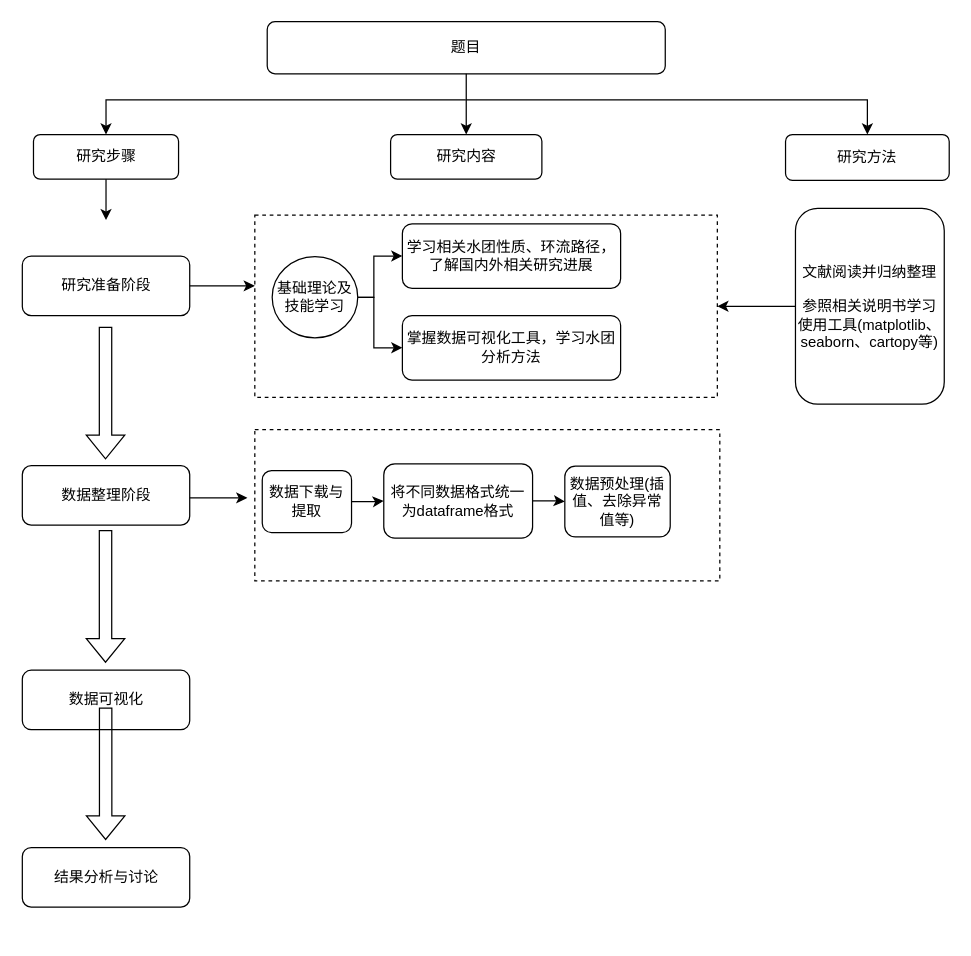
wcidftq/wcidftq keeps this draw.io diagram as 未命名绘图.drawio. Above is the earlier version. Source tidied: cells renumbered, new cells numbered last; positions are measured from the earlier drawing's top-left corner, leaving out a move shared by most shapes. Both pictures are drawn from the tidied source at 124%, with x=0, y=0 at pixel (22, 21).
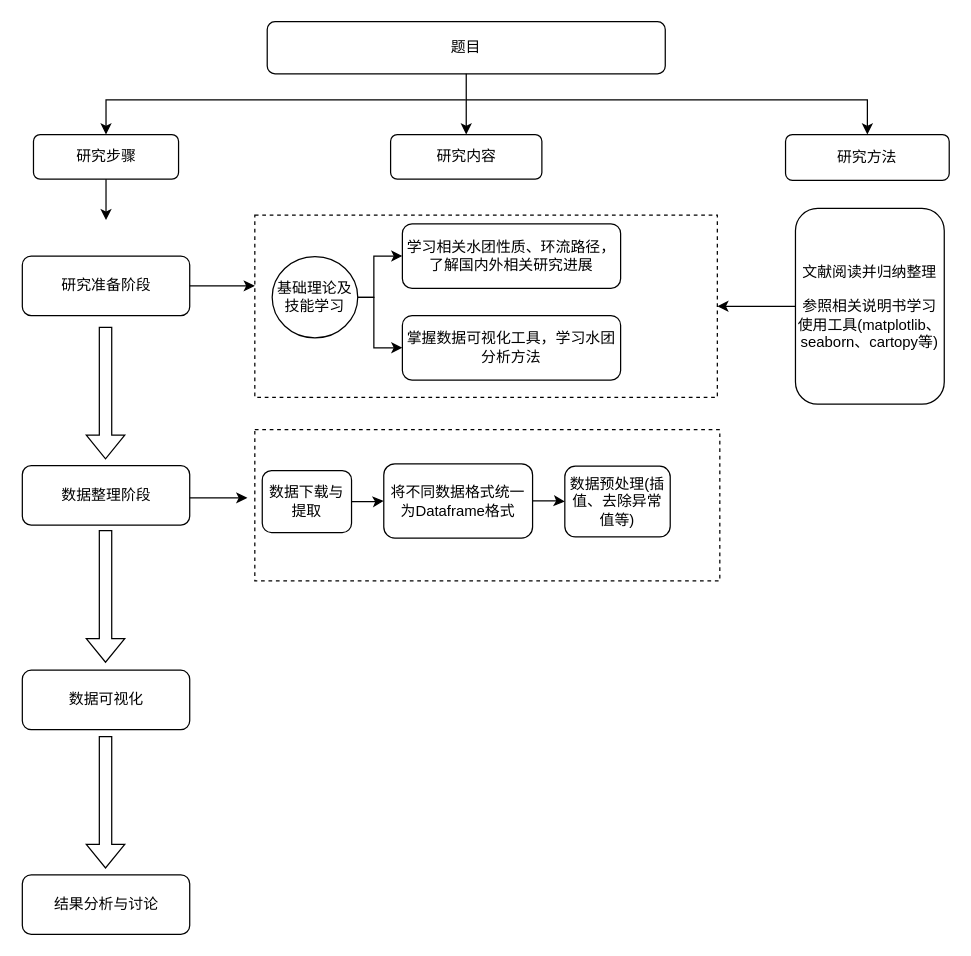
The same page after the edit.

Commit message:
更新未命名绘图.drawio

Change to the diagram source:
```diff
@@
     <mxCell id="11" value="结果分析与讨论" style="rounded=1;whiteSpace=wrap;html=1;" parent="1" vertex="1">
-      <mxGeometry x="-0.5" y="666" width="135" height="48" as="geometry" />
+      <mxGeometry x="-0.5" y="688" width="135" height="48" as="geometry" />
     </mxCell>
@@
     <mxCell id="26" style="shape=flexArrow;endArrow=classic;html=1;rounded=0;" parent="1" edge="1">
       <mxGeometry relative="1" as="geometry">
-        <mxPoint x="66.7" y="553" as="sourcePoint" />
-        <mxPoint x="66.7" y="660" as="targetPoint" />
+        <mxPoint x="66.6" y="576" as="sourcePoint" />
+        <mxPoint x="66.6" y="683" as="targetPoint" />
       </mxGeometry>
     </mxCell>
@@
-    <mxCell id="31" value="将不同数据格式统一为dataframe格式" style="whiteSpace=wrap;html=1;rounded=1;" parent="1" vertex="1">
+    <mxCell id="31" value="将不同数据格式统一为Dataframe格式" style="whiteSpace=wrap;html=1;rounded=1;" parent="1" vertex="1">
       <mxGeometry x="291" y="356.5" width="120" height="60" as="geometry" />
     </mxCell>
```
